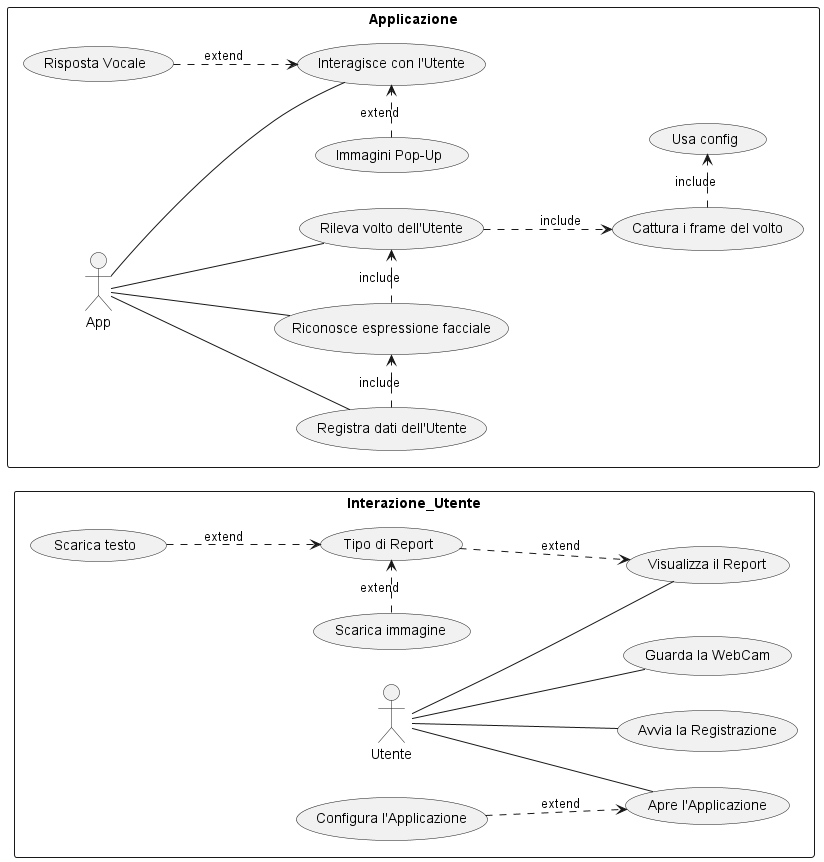
EwanBorsa/EmoSupporter keeps this PlantUML diagram as 7_Allegati/UseCase/UseCase_EmoSupporterV2.png. Above is the earlier version.
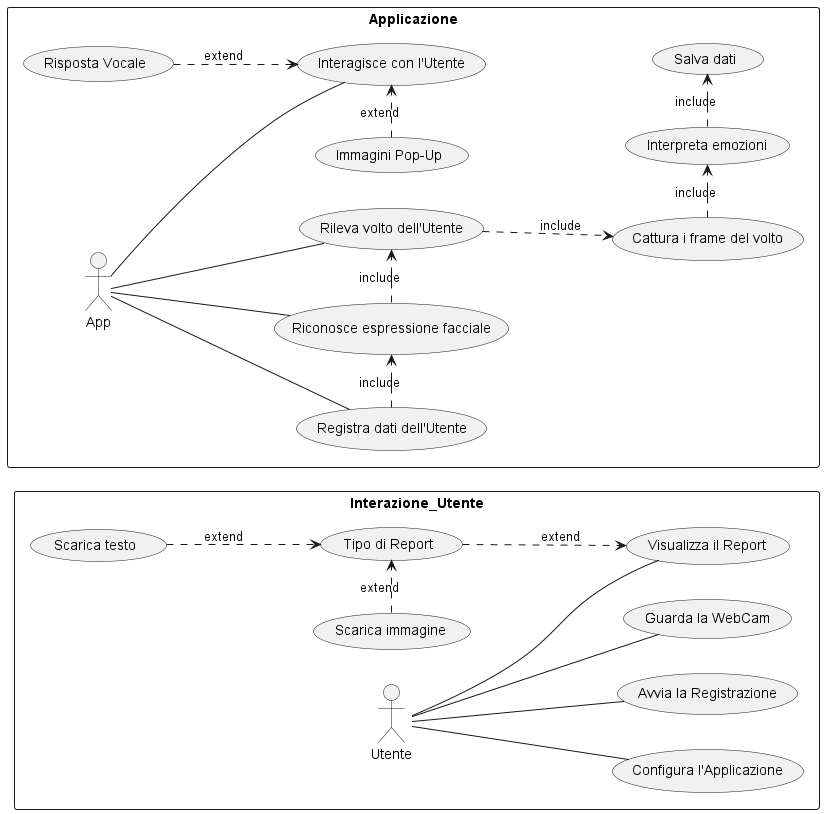
After the change.

What changed in the source:
```diff
@@ -3,12 +3,11 @@
 skinparam packageStyle rectangle
 rectangle Interazione_Utente {
 actor Utente
-Utente -- (Apre l'Applicazione)
+Utente -- (Configura l'Applicazione)
 Utente -- (Avvia la Registrazione)
 Utente -- (Guarda la WebCam)
 Utente -- (Visualizza il Report)
 
-(Configura l'Applicazione) ..> (Apre l'Applicazione) : extend
 (Tipo di Report) ..> (Visualizza il Report) : extend
 (Scarica testo) ..> (Tipo di Report) : extend
 (Scarica immagine) .> (Tipo di Report) : extend
@@ -24,7 +23,8 @@
 (Registra dati dell'Utente) .> (Riconosce espressione facciale) : include
 
 (Rileva volto dell'Utente) ..> (Cattura i frame del volto) : include
-(Cattura i frame del volto) .> (Usa config) : include
+(Cattura i frame del volto) .> (Interpreta emozioni) : include
+(Interpreta emozioni) .> (Salva dati): include
 
 (Immagini Pop-Up) .> (Interagisce con l'Utente) : extend
 (Risposta Vocale) ..> (Interagisce con l'Utente) : extend
```
